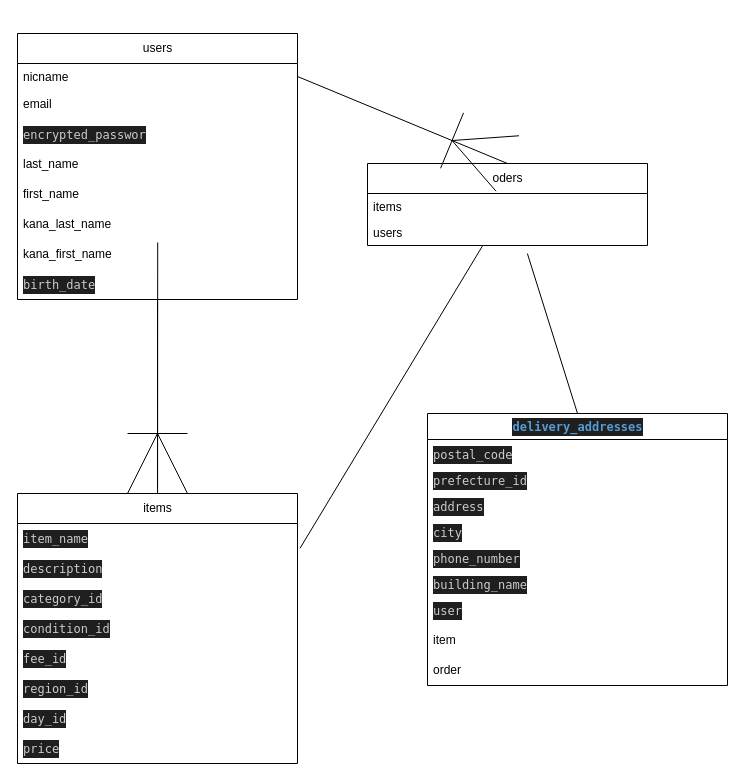
This is furima.dio from yosyncr/furima-39470, a draw.io file, before an edit. Source tidied: cells renumbered, new cells numbered last; positions are measured from the earlier drawing's top-left corner, leaving out a move shared by most shapes. Both pictures are drawn from the tidied source at 100%, with x=0, y=0 at pixel (17, 33).
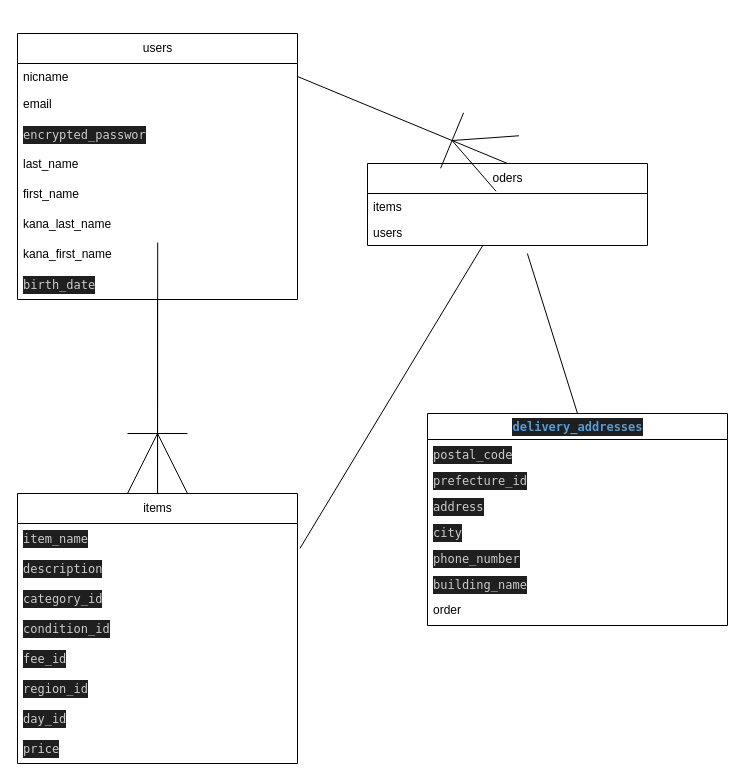
Above is the later version.

Commit message:
再再再修正

Diff of the diagram source:
```diff
@@
     <mxCell id="28" value="&lt;div style=&quot;color: rgb(204, 204, 204); background-color: rgb(31, 31, 31); font-family: Menlo, Monaco, &amp;quot;Courier New&amp;quot;, monospace; line-height: 18px;&quot;&gt;&lt;span style=&quot;color: #569cd6;font-weight: bold;&quot;&gt;delivery_addresses&lt;/span&gt;&lt;/div&gt;" style="swimlane;fontStyle=0;horizontal=1;startSize=26;fillColor=none;html=1;" parent="1" vertex="1">
-      <mxGeometry x="410" y="380" width="300" height="272" as="geometry" />
+      <mxGeometry x="410" y="380" width="300" height="212" as="geometry" />
     </mxCell>
@@
-    <mxCell id="35" value="&lt;div style=&quot;color: rgb(204, 204, 204); background-color: rgb(31, 31, 31); font-family: Menlo, Monaco, &amp;quot;Courier New&amp;quot;, monospace; line-height: 18px;&quot;&gt;user&lt;/div&gt;" style="text;strokeColor=none;fillColor=none;align=left;verticalAlign=middle;spacingLeft=4;spacingRight=4;overflow=hidden;whiteSpace=wrap;html=1;" parent="28" vertex="1">
-      <mxGeometry y="182" width="300" height="30" as="geometry" />
-    </mxCell>
-    <mxCell id="36" value="item" style="text;strokeColor=none;fillColor=none;align=left;verticalAlign=middle;spacingLeft=4;spacingRight=4;overflow=hidden;whiteSpace=wrap;html=1;" parent="28" vertex="1">
-      <mxGeometry y="212" width="300" height="30" as="geometry" />
-    </mxCell>
     <mxCell id="37" value="order" style="text;strokeColor=none;fillColor=none;align=left;verticalAlign=middle;spacingLeft=4;spacingRight=4;overflow=hidden;whiteSpace=wrap;html=1;" parent="28" vertex="1">
-      <mxGeometry y="242" width="300" height="30" as="geometry" />
+      <mxGeometry y="182" width="300" height="30" as="geometry" />
     </mxCell>
```
